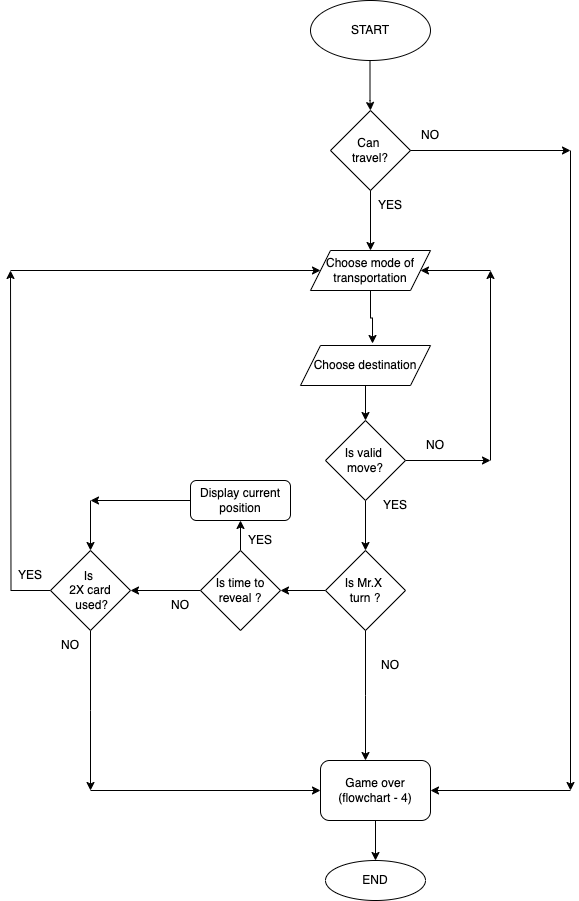
Before: player-turn.drawio.png, a diagram exported from draw.io (garimiddisuman/project). Source tidied: cells renumbered, new cells last; positions are measured from the earlier drawing's top-left corner, leaving out a move shared by most shapes.
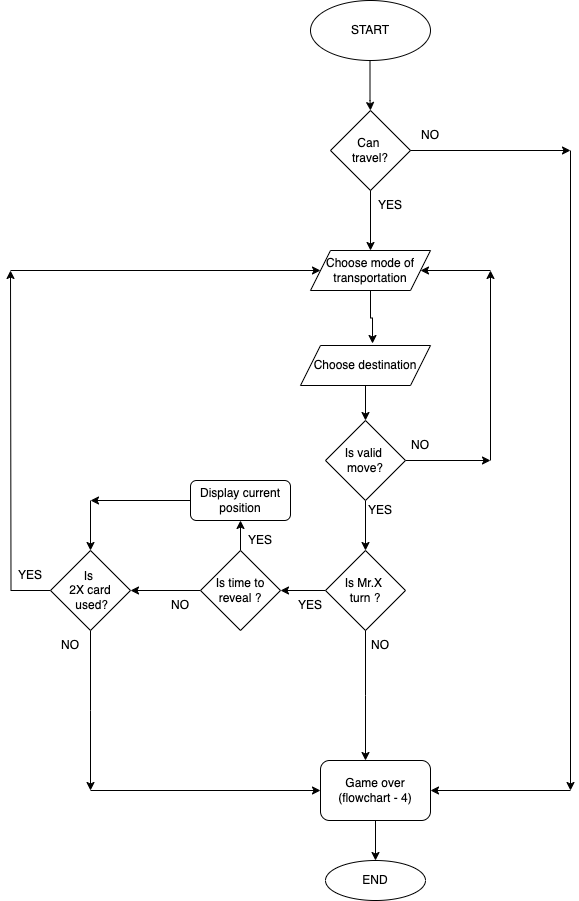
Above is the later version.

Change to the diagram source:
```diff
@@ -115,10 +115,10 @@
       <mxGeometry x="325" y="550" width="80" height="80" as="geometry" />
     </mxCell>
     <mxCell id="30" value="NO" style="text;html=1;align=center;verticalAlign=middle;whiteSpace=wrap;rounded=0;" parent="1" vertex="1">
-      <mxGeometry x="405" y="430" width="60" height="30" as="geometry" />
+      <mxGeometry x="390" y="430" width="60" height="30" as="geometry" />
     </mxCell>
     <mxCell id="31" value="YES" style="text;html=1;align=center;verticalAlign=middle;whiteSpace=wrap;rounded=0;" parent="1" vertex="1">
-      <mxGeometry x="365" y="490" width="60" height="30" as="geometry" />
+      <mxGeometry x="350" y="495" width="60" height="30" as="geometry" />
     </mxCell>
     <mxCell id="32" style="endArrow=classic;html=1;rounded=0;entryX=1;entryY=0.5;entryDx=0;entryDy=0;" parent="1" edge="1" target="43">
       <mxGeometry relative="1" as="geometry">
@@ -131,7 +131,7 @@
       </mxGeometry>
     </mxCell>
     <mxCell id="34" value="NO" style="text;html=1;align=center;verticalAlign=middle;whiteSpace=wrap;rounded=0;" parent="1" vertex="1">
-      <mxGeometry x="360" y="650" width="60" height="30" as="geometry" />
+      <mxGeometry x="350" y="630" width="60" height="30" as="geometry" />
     </mxCell>
     <mxCell id="35" style="endArrow=classic;html=1;rounded=0;" parent="1" edge="1" target="6">
       <mxGeometry relative="1" as="geometry">
@@ -167,5 +167,8 @@
     <mxCell id="43" value="Game over&lt;div&gt;(flowchart - 4)&lt;/div&gt;" style="rounded=1;whiteSpace=wrap;html=1;" parent="1" vertex="1">
       <mxGeometry x="320" y="760" width="110" height="60" as="geometry" />
     </mxCell>
+    <mxCell id="44" value="YES" style="text;html=1;align=center;verticalAlign=middle;whiteSpace=wrap;rounded=0;" parent="1" vertex="1">
+      <mxGeometry x="280" y="590" width="60" height="30" as="geometry" />
+    </mxCell>
   </root>
 </mxGraphModel>
```
